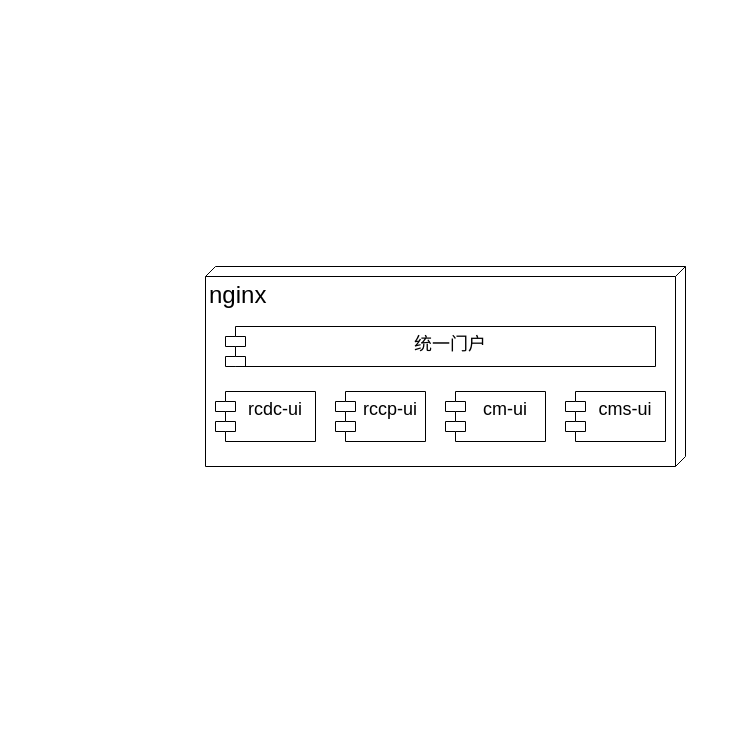
Above: draw.io/统一门户.drawio in mraiguo/image-respository (draw.io), before the change. Source tidied: cells renumbered, new cells numbered last; positions are measured from the earlier drawing's top-left corner, leaving out a move shared by most shapes. Both pictures are drawn from the tidied source at 100%, with x=0, y=0 at pixel (205, 266).
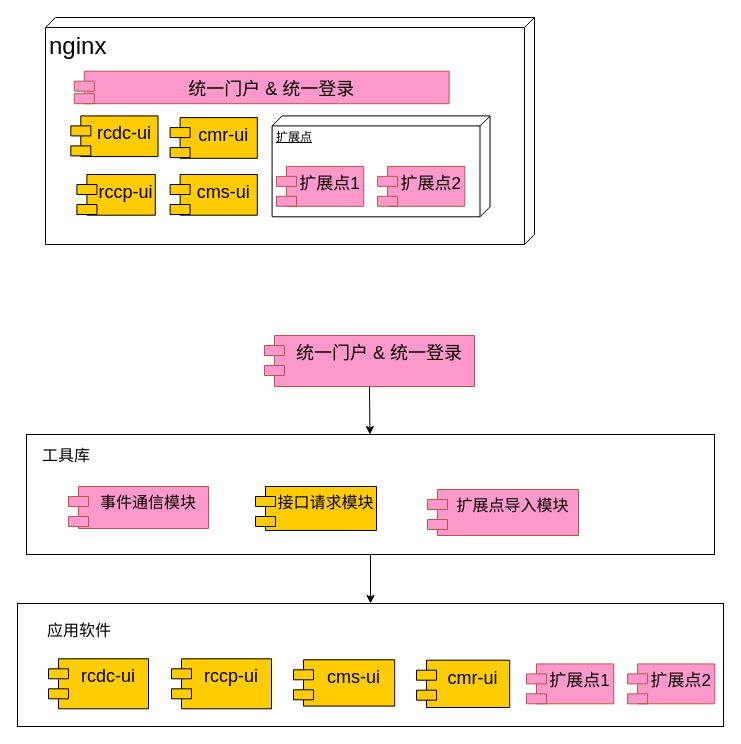
The same diagram, later.

Commit message:
更新统一门户.drawio

The edit, as a diff of the source:
```diff
@@
+    <mxCell id="8" style="edgeStyle=none;rounded=0;jettySize=auto;html=1;exitX=0.5;exitY=1;exitDx=0;exitDy=0;fontSize=16;" parent="1" edge="1" source="9" target="10">
+      <mxGeometry relative="1" as="geometry" />
+    </mxCell>
+    <mxCell id="9" style="rounded=0;whiteSpace=wrap;html=1;fontSize=16;align=left;" parent="1" vertex="1">
+      <mxGeometry x="-179" y="168" width="688" height="120" as="geometry" />
+    </mxCell>
+    <mxCell id="10" style="rounded=0;whiteSpace=wrap;html=1;fontSize=16;" parent="1" vertex="1">
+      <mxGeometry x="-188" y="337" width="706" height="123" as="geometry" />
+    </mxCell>
+    <mxCell id="11" style="group;" parent="1" vertex="1">
+      <mxGeometry x="-160" y="-249" width="489" height="227" as="geometry" />
+    </mxCell>
-    <mxCell id="2" value="&lt;font style=&quot;font-size: 24px&quot;&gt;nginx&lt;/font&gt;" style="verticalAlign=top;align=left;spacingTop=8;spacingLeft=2;spacingRight=12;shape=cube;size=10;direction=south;fontStyle=0;html=1;" parent="1" vertex="1">
-      <mxGeometry width="480" height="200" as="geometry" />
+    <mxCell id="2" value="&lt;font style=&quot;font-size: 24px&quot;&gt;nginx&lt;/font&gt;" style="verticalAlign=top;align=left;spacingTop=8;spacingLeft=2;spacingRight=12;shape=cube;size=10;direction=south;fontStyle=0;html=1;" parent="11" vertex="1">
+      <mxGeometry width="489" height="227" as="geometry" />
     </mxCell>
+    <mxCell id="12" value="扩展点" style="verticalAlign=top;align=left;spacingTop=8;spacingLeft=2;spacingRight=12;shape=cube;size=10;direction=south;fontStyle=4;html=1;" parent="11" vertex="1">
+      <mxGeometry x="226.6" y="98.4" width="217.9" height="100.9" as="geometry" />
+    </mxCell>
+    <mxCell id="13" value="扩展点1" style="shape=module;align=left;spacingLeft=20;align=center;verticalAlign=top;fontSize=17;strokeColor=#b85450;fillColor=#ff99cc;" parent="11" vertex="1">
+      <mxGeometry x="231" y="148.9" width="87.2" height="39.9" as="geometry" />
+    </mxCell>
-    <mxCell id="3" value="统一门户" style="shape=module;align=left;spacingLeft=20;align=center;verticalAlign=top;fontSize=18;" parent="1" vertex="1">
-      <mxGeometry x="20" y="60" width="430" height="40" as="geometry" />
+    <mxCell id="3" value="统一门户 &amp; 统一登录" style="shape=module;align=left;spacingLeft=20;align=center;verticalAlign=top;fontSize=18;fillColor=#ff99cc;strokeColor=#b85450;" parent="11" vertex="1">
+      <mxGeometry x="28.8" y="53.7" width="374.8" height="32.5" as="geometry" />
     </mxCell>
-    <mxCell id="4" value="rcdc-ui" style="shape=module;align=left;spacingLeft=20;align=center;verticalAlign=top;fontSize=18;" parent="1" vertex="1">
-      <mxGeometry x="10" y="125" width="100" height="50" as="geometry" />
+    <mxCell id="4" value="rcdc-ui" style="shape=module;align=left;spacingLeft=20;align=center;verticalAlign=top;fontSize=18;fillColor=#ffcc00;" parent="11" vertex="1">
+      <mxGeometry x="25.3" y="98.4" width="87.2" height="40.7" as="geometry" />
     </mxCell>
-    <mxCell id="5" value="rccp-ui" style="shape=module;align=left;spacingLeft=20;align=center;verticalAlign=top;fontSize=18;" parent="1" vertex="1">
-      <mxGeometry x="130" y="125" width="90" height="50" as="geometry" />
+    <mxCell id="5" value="rccp-ui" style="shape=module;align=left;spacingLeft=20;align=center;verticalAlign=top;fontSize=18;fillColor=#ffcc00;" parent="11" vertex="1">
+      <mxGeometry x="31.4" y="157" width="78.4" height="40.7" as="geometry" />
     </mxCell>
-    <mxCell id="6" value="cm-ui" style="shape=module;align=left;spacingLeft=20;align=center;verticalAlign=top;fontSize=18;" parent="1" vertex="1">
-      <mxGeometry x="240" y="125" width="100" height="50" as="geometry" />
+    <mxCell id="6" value="cmr-ui" style="shape=module;align=left;spacingLeft=20;align=center;verticalAlign=top;fontSize=18;fillColor=#ffcc00;" parent="11" vertex="1">
+      <mxGeometry x="124.6" y="100.1" width="87.2" height="40.7" as="geometry" />
     </mxCell>
-    <mxCell id="7" value="cms-ui" style="shape=module;align=left;spacingLeft=20;align=center;verticalAlign=top;fontSize=18;" parent="1" vertex="1">
-      <mxGeometry x="360" y="125" width="100" height="50" as="geometry" />
+    <mxCell id="7" value="cms-ui" style="shape=module;align=left;spacingLeft=20;align=center;verticalAlign=top;fontSize=18;fillColor=#ffcc00;" parent="11" vertex="1">
+      <mxGeometry x="124.6" y="157" width="87.2" height="40.7" as="geometry" />
     </mxCell>
+    <mxCell id="14" value="扩展点2" style="shape=module;align=left;spacingLeft=20;align=center;verticalAlign=top;fontSize=17;strokeColor=#b85450;fillColor=#ff99cc;" parent="11" vertex="1">
+      <mxGeometry x="332.1" y="148.9" width="87.2" height="39.9" as="geometry" />
+    </mxCell>
+    <mxCell id="15" style="edgeStyle=none;rounded=0;jettySize=auto;html=1;exitX=0.5;exitY=1;exitDx=0;exitDy=0;fontSize=16;" parent="1" edge="1" source="16" target="9">
+      <mxGeometry relative="1" as="geometry" />
+    </mxCell>
+    <mxCell id="16" value="统一门户 &amp; 统一登录" style="shape=module;align=left;spacingLeft=20;align=center;verticalAlign=top;fontSize=18;fillColor=#ff99cc;strokeColor=#b85450;" parent="1" vertex="1">
+      <mxGeometry x="59" y="69" width="210" height="51" as="geometry" />
+    </mxCell>
+    <mxCell id="17" value="rcdc-ui" style="shape=module;align=left;spacingLeft=20;align=center;verticalAlign=top;fontSize=18;fillColor=#ffcc00;" parent="1" vertex="1">
+      <mxGeometry x="-157" y="392.3" width="100" height="50" as="geometry" />
+    </mxCell>
+    <mxCell id="18" value="rccp-ui" style="shape=module;align=left;spacingLeft=20;align=center;verticalAlign=top;fontSize=18;fillColor=#ffcc00;" parent="1" vertex="1">
+      <mxGeometry x="-34" y="392.3" width="100" height="50" as="geometry" />
+    </mxCell>
+    <mxCell id="19" value="cms-ui" style="shape=module;align=left;spacingLeft=20;align=center;verticalAlign=top;fontSize=18;fillColor=#ffcc00;" parent="1" vertex="1">
+      <mxGeometry x="88" y="393.3" width="101.2" height="46.3" as="geometry" />
+    </mxCell>
+    <mxCell id="20" value="cmr-ui" style="shape=module;align=left;spacingLeft=20;align=center;verticalAlign=top;fontSize=18;fillColor=#ffcc00;" parent="1" vertex="1">
+      <mxGeometry x="211" y="393.7" width="93.2" height="47.3" as="geometry" />
+    </mxCell>
+    <mxCell id="21" value="事件通信模块" style="shape=module;align=left;spacingLeft=20;align=center;verticalAlign=top;fontSize=16;fillColor=#ff99cc;strokeColor=#b85450;" parent="1" vertex="1">
+      <mxGeometry x="-137" y="220" width="140" height="42" as="geometry" />
+    </mxCell>
+    <mxCell id="22" value="接口请求模块" style="shape=module;align=left;spacingLeft=20;align=center;verticalAlign=top;fontSize=16;fillColor=#ffcc00;" parent="1" vertex="1">
+      <mxGeometry x="50" y="220" width="121" height="44" as="geometry" />
+    </mxCell>
+    <mxCell id="23" value="扩展点导入模块" style="shape=module;align=left;spacingLeft=20;align=center;verticalAlign=top;fontSize=16;strokeColor=#b85450;fillColor=#ff99cc;" parent="1" vertex="1">
+      <mxGeometry x="222" y="223" width="151" height="46" as="geometry" />
+    </mxCell>
+    <mxCell id="24" value="扩展点1" style="shape=module;align=left;spacingLeft=20;align=center;verticalAlign=top;fontSize=17;strokeColor=#b85450;fillColor=#ff99cc;" parent="1" vertex="1">
+      <mxGeometry x="321" y="397.4" width="87.2" height="39.9" as="geometry" />
+    </mxCell>
+    <mxCell id="25" value="扩展点2" style="shape=module;align=left;spacingLeft=20;align=center;verticalAlign=top;fontSize=17;strokeColor=#b85450;fillColor=#ff99cc;" parent="1" vertex="1">
+      <mxGeometry x="422.1" y="397.4" width="87.2" height="39.9" as="geometry" />
+    </mxCell>
+    <mxCell id="26" value="工具库" style="text;html=1;strokeColor=none;fillColor=none;align=center;verticalAlign=middle;whiteSpace=wrap;rounded=0;fontSize=16;" parent="1" vertex="1">
+      <mxGeometry x="-169" y="174" width="60" height="30" as="geometry" />
+    </mxCell>
+    <mxCell id="27" value="应用软件" style="text;html=1;strokeColor=none;fillColor=none;align=center;verticalAlign=middle;whiteSpace=wrap;rounded=0;fontSize=16;" parent="1" vertex="1">
+      <mxGeometry x="-167" y="349" width="82" height="30" as="geometry" />
+    </mxCell>
```
